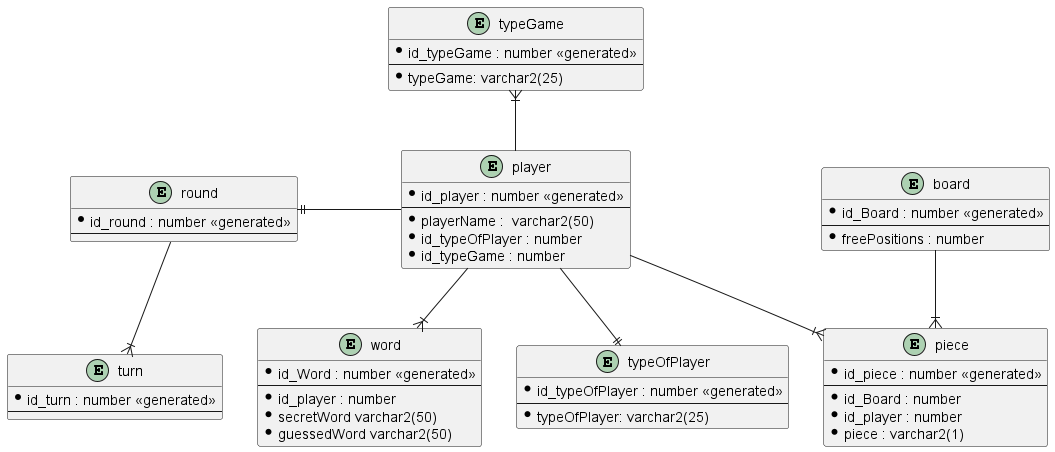
Gabs16TL/Second_Project_Peristence keeps this PlantUML diagram as out/dataModels/LogicModel/VocabularyLogicModelMain.png. Above is the earlier version.
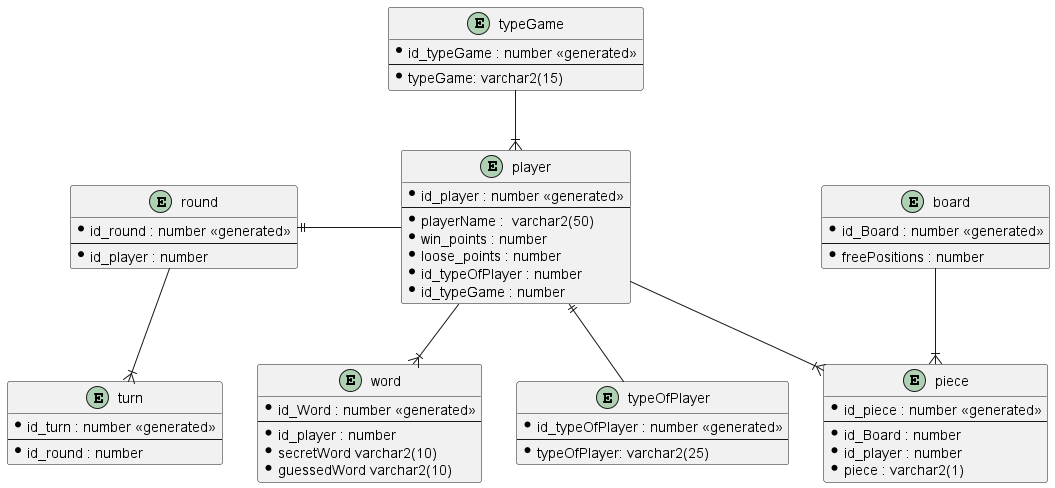
Later version of the same file.

Change to the diagram source:
```diff
@@ -3,12 +3,14 @@
 entity round {
     * id_round : number <<generated>>
     --
+    * id_player : number
 }
 
 entity turn
 {
     * id_turn : number <<generated>>
     --
+    * id_round : number
 }
 
 entity player
@@ -16,6 +18,8 @@
     * id_player : number <<generated>>
     --
     * playerName :  varchar2(50)
+    * win_points : number
+    * loose_points : number
     * id_typeOfPlayer : number
     * id_typeGame : number
 }
@@ -31,13 +35,13 @@
 {
      * id_typeGame : number <<generated>>
     --
-    * typeGame: varchar2(25)
+    * typeGame: varchar2(15)
 }
 
-player -up-|{ typeGame
+player }|-up- typeGame
 round --|{ turn
 player -left-|| round
-player --|| typeOfPlayer
+player ||-- typeOfPlayer
 
 entity board {
     * id_Board : number <<generated>>
@@ -49,7 +53,7 @@
     --
     * id_Board : number
     * id_player : number
-    *piece : varchar2(1)
+    * piece : varchar2(1)
 }
 
 board --|{piece
@@ -61,8 +65,8 @@
     * id_Word : number <<generated>>
     --
      * id_player : number
-    * secretWord varchar2(50)
-    * guessedWord varchar2(50)
+    * secretWord varchar2(10)
+    * guessedWord varchar2(10)
 }
 
 player --|{word
```
